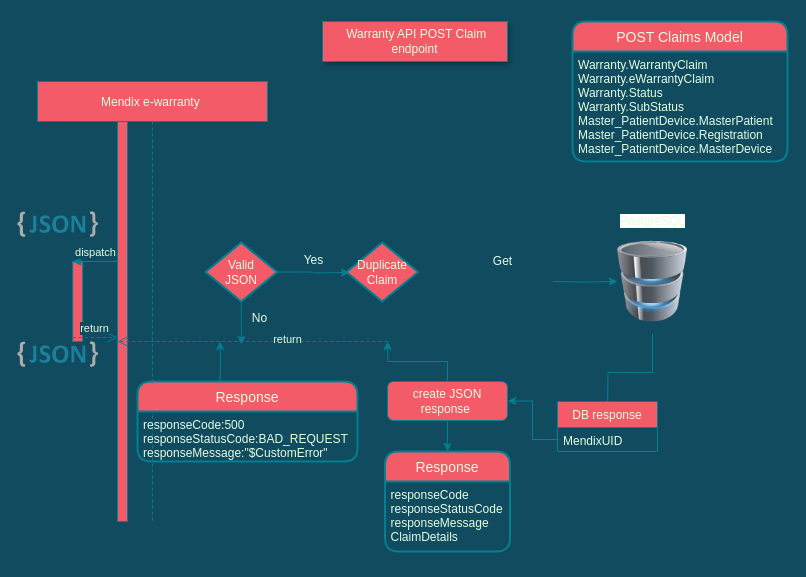
This is Untitled Diagram.drawio from MrMetalAddict/Retail-Mon, a draw.io file, before an edit. Source tidied: cells renumbered, new cells numbered last; positions are measured from the earlier drawing's top-left corner, leaving out a move shared by most shapes. Both pictures are drawn from the tidied source at 100%, with x=0, y=0 at pixel (17, 21).
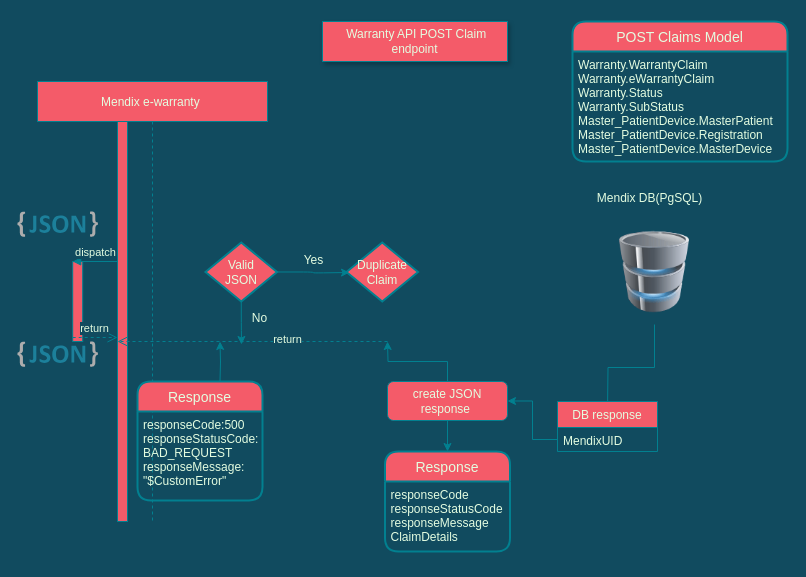
The same diagram, later.

Change to the diagram source:
```diff
@@
     <mxCell id="6" style="image;html=1;image=img/lib/clip_art/computers/Database_128x128.png;fontFamily=Helvetica;fontSize=12;fontColor=#E4FDE1;align=center;strokeColor=#028090;fillColor=#F45B69;labelBackgroundColor=#114B5F;" parent="1" vertex="1">
-      <mxGeometry x="600" y="207.5" width="70" height="105" as="geometry" />
+      <mxGeometry x="602" y="198" width="70" height="105" as="geometry" />
     </mxCell>
@@
-    <mxCell id="13" value="Get" style="text;html=1;align=center;verticalAlign=middle;fontColor=#E4FDE1;" parent="1" vertex="1">
-      <mxGeometry x="470" y="230" width="30" height="20" as="geometry" />
-    </mxCell>
@@
-    <mxCell id="29" style="edgeStyle=orthogonalEdgeStyle;rounded=0;jettySize=auto;html=1;exitX=1;exitY=0.5;exitDx=0;exitDy=0;exitPerimeter=0;startArrow=none;labelBackgroundColor=#114B5F;strokeColor=#028090;fontColor=#E4FDE1;" parent="1" edge="1" target="6">
-      <mxGeometry relative="1" as="geometry">
-        <mxPoint x="535" y="260" as="sourcePoint" />
-      </mxGeometry>
-    </mxCell>
@@
-    <mxCell id="33" value="&lt;span style=&quot;background-color: rgb(255 , 255 , 255)&quot;&gt;PostgreSQL&lt;/span&gt;" style="text;html=1;align=center;verticalAlign=middle;strokeColor=none;fontColor=#E4FDE1;" parent="1" vertex="1">
-      <mxGeometry x="595" y="190" width="80" height="20" as="geometry" />
-    </mxCell>
@@
     <mxCell id="36" value="Response" style="swimlane;horizontal=1;startSize=30;rounded=1;fontSize=14;fontStyle=0;strokeWidth=2;shadow=0;dashed=0;align=center;fillColor=#F45B69;strokeColor=#028090;fontColor=#E4FDE1;" parent="1" vertex="1">
-      <mxGeometry x="120" y="360" width="220" height="80" as="geometry" />
+      <mxGeometry x="120" y="360" width="125" height="119" as="geometry" />
     </mxCell>
-    <mxCell id="37" value="responseCode:500&#10;responseStatusCode:BAD_REQUEST&#10;responseMessage:&quot;$CustomError&quot;" style="align=left;strokeColor=none;fillColor=none;spacingLeft=4;fontSize=12;verticalAlign=top;fontColor=#E4FDE1;" parent="36" vertex="1">
-      <mxGeometry y="30" width="220" height="50" as="geometry" />
+    <mxCell id="37" value="responseCode:500&#10;responseStatusCode:&#10;BAD_REQUEST&#10;responseMessage:&#10;&quot;$CustomError&quot;" style="align=left;strokeColor=none;fillColor=none;spacingLeft=4;fontSize=12;verticalAlign=top;fontColor=#E4FDE1;" parent="36" vertex="1">
+      <mxGeometry y="30" width="125" height="89" as="geometry" />
     </mxCell>
@@
+    <mxCell id="49" value="Mendix DB(PgSQL)" style="text;html=1;align=center;verticalAlign=middle;strokeColor=none;fontColor=#E4FDE1;" parent="1" vertex="1">
+      <mxGeometry x="573" y="168" width="117" height="18" as="geometry" />
+    </mxCell>
```
